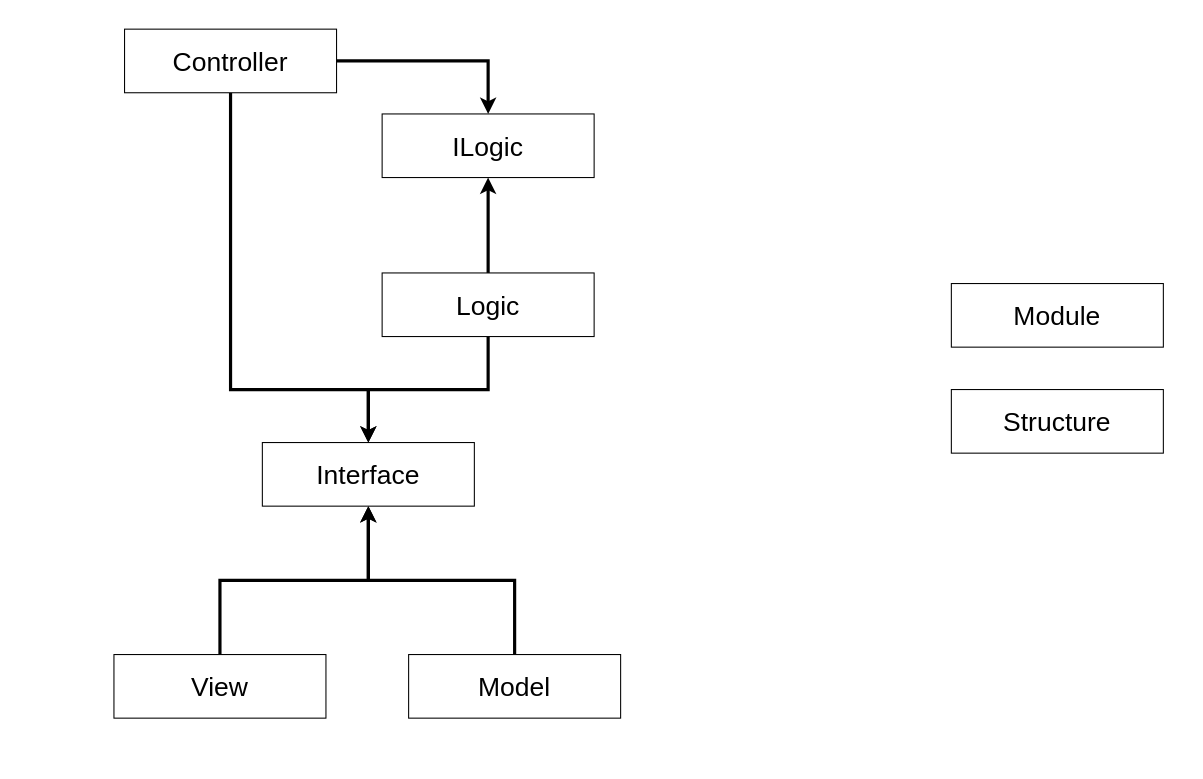
The draw.io diagram Docs/ProjectArchitecture.drawio in ShotaKasuya/CanKicking, before the edit. Source tidied: cells renumbered, new cells numbered last; positions are measured from the earlier drawing's top-left corner, leaving out a move shared by most shapes. Both pictures are drawn from the tidied source at 106%, with x=0, y=0 at pixel (113, 29).
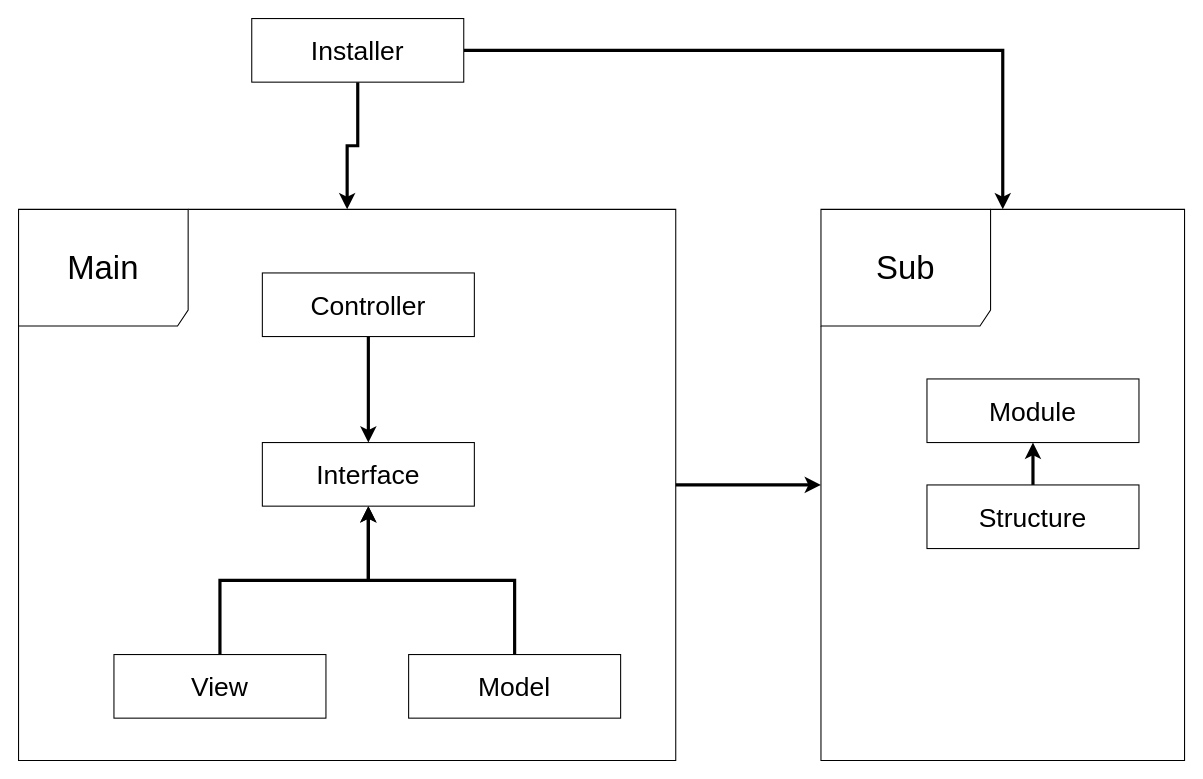
After the change.

The edit, as a diff of the source:
```diff
@@
 <mxGraphModel>
   <root>
     <mxCell id="0" />
     <mxCell id="1" parent="0" />
     <mxCell id="2" style="edgeStyle=orthogonalEdgeStyle;shape=connector;rounded=0;jettySize=auto;html=1;exitX=0.5;exitY=0;exitDx=0;exitDy=0;entryX=0.5;entryY=1;entryDx=0;entryDy=0;labelBackgroundColor=default;strokeColor=default;strokeWidth=3;fontFamily=Helvetica;fontSize=11;fontColor=default;endArrow=classic;" parent="1" edge="1" source="3" target="6">
       <mxGeometry relative="1" as="geometry" />
     </mxCell>
     <mxCell id="3" value="View" style="rounded=0;whiteSpace=wrap;html=1;fontSize=25;" parent="1" vertex="1">
       <mxGeometry y="590" width="200" height="60" as="geometry" />
     </mxCell>
+    <mxCell id="16" style="edgeStyle=orthogonalEdgeStyle;shape=connector;rounded=0;jettySize=auto;html=1;exitX=0.5;exitY=0;exitDx=0;exitDy=0;entryX=0.5;entryY=1;entryDx=0;entryDy=0;labelBackgroundColor=default;strokeColor=default;strokeWidth=3;fontFamily=Helvetica;fontSize=11;fontColor=default;endArrow=classic;" parent="1" edge="1" source="4" target="5">
+      <mxGeometry relative="1" as="geometry" />
+    </mxCell>
     <mxCell id="4" value="Structure" style="rounded=0;whiteSpace=wrap;html=1;fontSize=25;" parent="1" vertex="1">
-      <mxGeometry x="790" y="340" width="200" height="60" as="geometry" />
+      <mxGeometry x="767" y="430" width="200" height="60" as="geometry" />
     </mxCell>
     <mxCell id="5" value="Module" style="rounded=0;whiteSpace=wrap;html=1;fontSize=25;" parent="1" vertex="1">
-      <mxGeometry x="790" y="240" width="200" height="60" as="geometry" />
+      <mxGeometry x="767" y="330" width="200" height="60" as="geometry" />
     </mxCell>
     <mxCell id="6" value="Interface" style="rounded=0;whiteSpace=wrap;html=1;fontSize=25;" parent="1" vertex="1">
       <mxGeometry x="140" y="390" width="200" height="60" as="geometry" />
     </mxCell>
     <mxCell id="7" style="edgeStyle=orthogonalEdgeStyle;rounded=0;jettySize=auto;html=1;entryX=0.5;entryY=1;entryDx=0;entryDy=0;strokeWidth=3;" parent="1" edge="1" source="8" target="6">
       <mxGeometry relative="1" as="geometry" />
     </mxCell>
     <mxCell id="8" value="Model" style="rounded=0;whiteSpace=wrap;html=1;fontSize=25;" parent="1" vertex="1">
       <mxGeometry x="278" y="590" width="200" height="60" as="geometry" />
     </mxCell>
-    <mxCell id="9" style="edgeStyle=orthogonalEdgeStyle;shape=connector;rounded=0;jettySize=auto;html=1;exitX=0.5;exitY=1;exitDx=0;exitDy=0;entryX=0.5;entryY=0;entryDx=0;entryDy=0;labelBackgroundColor=default;strokeColor=default;strokeWidth=3;fontFamily=Helvetica;fontSize=11;fontColor=default;endArrow=classic;" parent="1" edge="1" source="11" target="6">
-      <mxGeometry relative="1" as="geometry" />
-    </mxCell>
-    <mxCell id="10" style="edgeStyle=orthogonalEdgeStyle;shape=connector;rounded=0;jettySize=auto;html=1;exitX=0.5;exitY=0;exitDx=0;exitDy=0;labelBackgroundColor=default;strokeColor=default;strokeWidth=3;fontFamily=Helvetica;fontSize=11;fontColor=default;endArrow=classic;" parent="1" edge="1" source="11" target="15">
-      <mxGeometry relative="1" as="geometry" />
-    </mxCell>
-    <mxCell id="11" value="Logic" style="rounded=0;whiteSpace=wrap;html=1;fontSize=25;" parent="1" vertex="1">
-      <mxGeometry x="253" y="230" width="200" height="60" as="geometry" />
-    </mxCell>
-    <mxCell id="12" style="edgeStyle=orthogonalEdgeStyle;shape=connector;rounded=0;jettySize=auto;html=1;exitX=0.5;exitY=1;exitDx=0;exitDy=0;entryX=0.5;entryY=0;entryDx=0;entryDy=0;labelBackgroundColor=default;strokeColor=default;strokeWidth=3;fontFamily=Helvetica;fontSize=11;fontColor=default;endArrow=classic;" parent="1" edge="1" source="14" target="6">
-      <mxGeometry relative="1" as="geometry">
-        <Array as="points">
-          <mxPoint x="110" y="340" />
-          <mxPoint x="240" y="340" />
-        </Array>
-      </mxGeometry>
+    <mxCell id="12" style="edgeStyle=orthogonalEdgeStyle;shape=connector;rounded=0;jettySize=auto;html=1;entryX=0.5;entryY=0;entryDx=0;entryDy=0;labelBackgroundColor=default;strokeColor=default;strokeWidth=3;fontFamily=Helvetica;fontSize=11;fontColor=default;endArrow=classic;" parent="1" edge="1" source="14" target="6">
+      <mxGeometry relative="1" as="geometry" />
     </mxCell>
-    <mxCell id="13" style="edgeStyle=orthogonalEdgeStyle;shape=connector;rounded=0;jettySize=auto;html=1;exitX=1;exitY=0.5;exitDx=0;exitDy=0;entryX=0.5;entryY=0;entryDx=0;entryDy=0;labelBackgroundColor=default;strokeColor=default;strokeWidth=3;fontFamily=Helvetica;fontSize=11;fontColor=default;endArrow=classic;" parent="1" edge="1" source="14" target="15">
-      <mxGeometry relative="1" as="geometry" />
-    </mxCell>
     <mxCell id="14" value="Controller" style="rounded=0;whiteSpace=wrap;html=1;fontSize=25;" parent="1" vertex="1">
-      <mxGeometry x="10" width="200" height="60" as="geometry" />
+      <mxGeometry x="140" y="230" width="200" height="60" as="geometry" />
     </mxCell>
-    <mxCell id="15" value="ILogic" style="rounded=0;whiteSpace=wrap;html=1;fontSize=25;fontFamily=Helvetica;fontColor=default;" parent="1" vertex="1">
-      <mxGeometry x="253" y="80" width="200" height="60" as="geometry" />
-    </mxCell>
+    <mxCell id="17" style="edgeStyle=orthogonalEdgeStyle;shape=connector;rounded=0;jettySize=auto;html=1;labelBackgroundColor=default;strokeColor=default;strokeWidth=3;fontFamily=Helvetica;fontSize=31;fontColor=default;endArrow=classic;" parent="1" edge="1" source="19" target="21">
+      <mxGeometry relative="1" as="geometry" />
+    </mxCell>
+    <mxCell id="18" style="edgeStyle=orthogonalEdgeStyle;shape=connector;rounded=0;jettySize=auto;html=1;labelBackgroundColor=default;strokeColor=default;strokeWidth=3;fontFamily=Helvetica;fontSize=31;fontColor=default;endArrow=classic;" parent="1" edge="1" source="19" target="22">
+      <mxGeometry relative="1" as="geometry" />
+    </mxCell>
+    <mxCell id="19" value="Installer" style="rounded=0;whiteSpace=wrap;html=1;fontSize=25;" parent="1" vertex="1">
+      <mxGeometry x="130" y="-10" width="200" height="60" as="geometry" />
+    </mxCell>
+    <mxCell id="20" style="edgeStyle=orthogonalEdgeStyle;shape=connector;rounded=0;jettySize=auto;html=1;labelBackgroundColor=default;strokeColor=default;strokeWidth=3;fontFamily=Helvetica;fontSize=31;fontColor=default;endArrow=classic;" parent="1" edge="1" source="21" target="22">
+      <mxGeometry relative="1" as="geometry" />
+    </mxCell>
+    <mxCell id="21" value="Main" style="shape=umlFrame;whiteSpace=wrap;html=1;fontFamily=Helvetica;fontSize=31;fontColor=default;width=160;height=110;" parent="1" vertex="1">
+      <mxGeometry x="-90" y="170" width="620" height="520" as="geometry" />
+    </mxCell>
+    <mxCell id="22" value="Sub" style="shape=umlFrame;whiteSpace=wrap;html=1;fontFamily=Helvetica;fontSize=31;fontColor=default;width=160;height=110;" parent="1" vertex="1">
+      <mxGeometry x="667" y="170" width="343" height="520" as="geometry" />
+    </mxCell>
   </root>
 </mxGraphModel>
```
